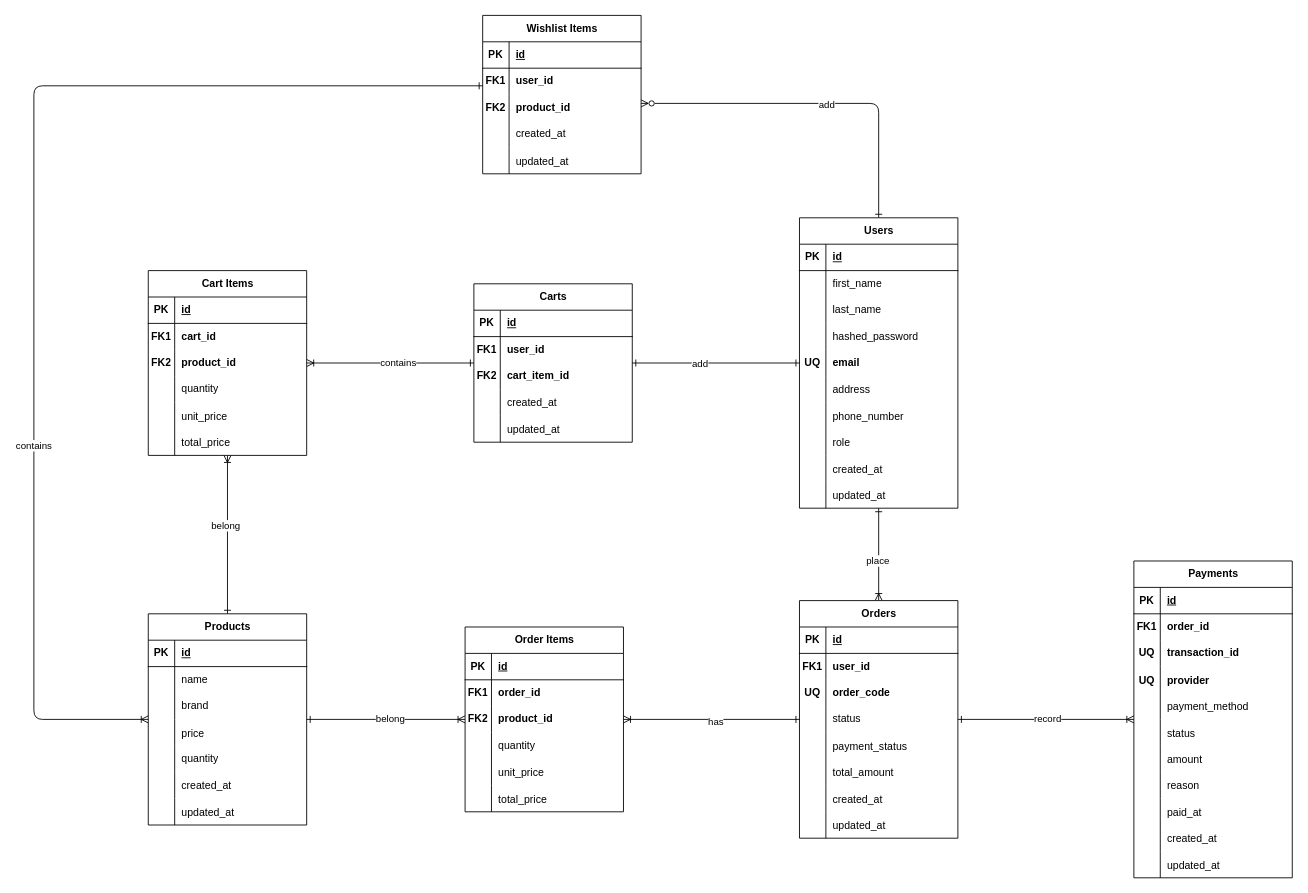
This is page "erd" (2 of 2) of documents/diagrams.drawio from hoangchitrung/pc-store-ecommerce-website, a draw.io file, before an edit. Source tidied: cells renumbered, new cells numbered last; positions are measured from the earlier drawing's top-left corner, leaving out a move shared by most shapes. Both pictures are drawn from the tidied source at 88%, with x=0, y=0 at pixel (33, 15).
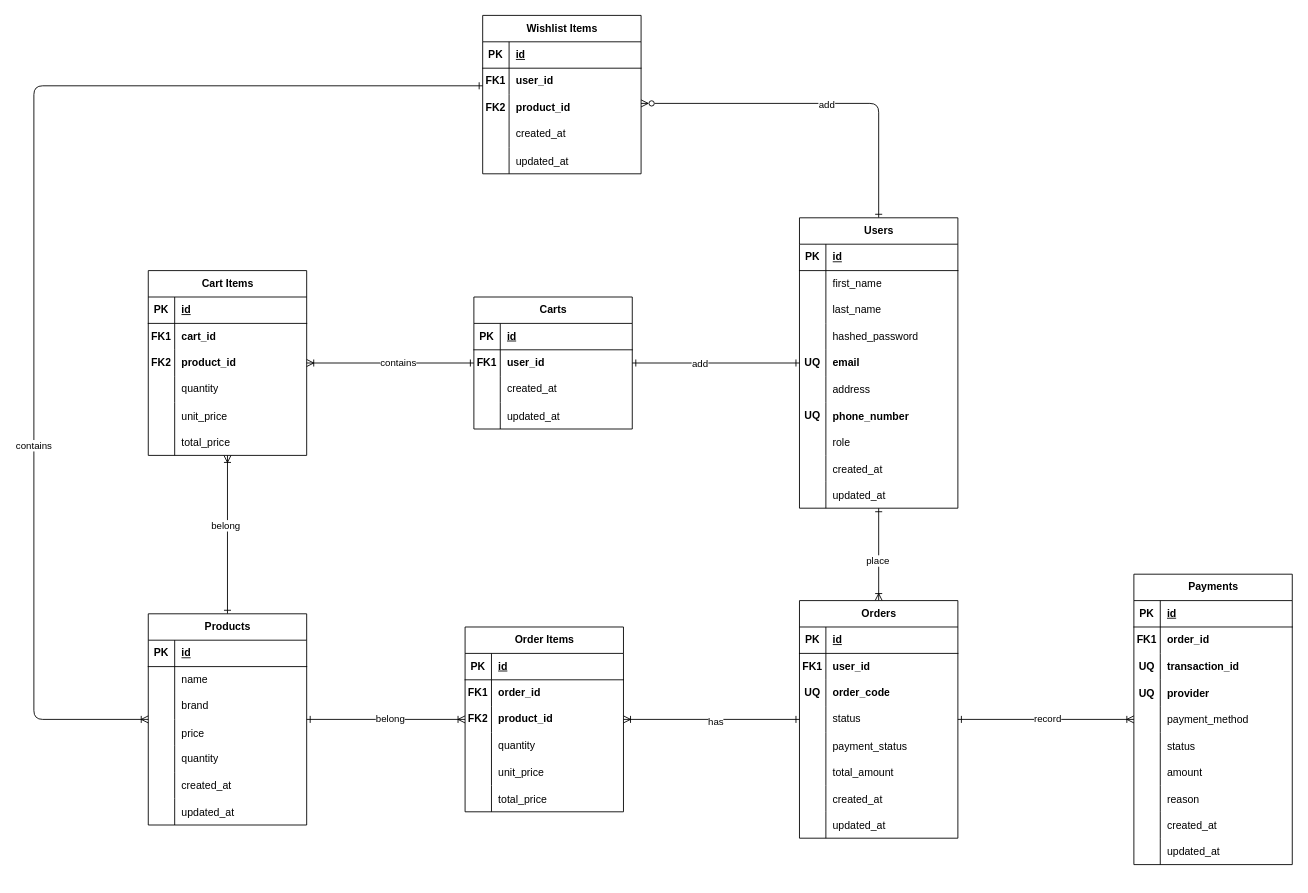
The same diagram, later.

Unchanged cells that the change refers to:
```xml
<mxCell id="27" style="shape=tableRow;horizontal=0;startSize=0;swimlaneHead=0;swimlaneBody=0;fillColor=none;top=0;left=0;right=0;bottom=0;" parent="8" vertex="1">
  <mxGeometry y="210" width="180" height="30" as="geometry" />
</mxCell>
```

Diff of the diagram source:
```diff
@@
-    <mxCell id="29" value="phone_number" style="shape=partialRectangle;fillColor=none;top=0;left=0;bottom=0;right=0;align=left;spacingLeft=6;overflow=hidden;" parent="27" vertex="1">
+    <mxCell id="29" value="phone_number" style="shape=partialRectangle;fillColor=none;top=0;left=0;bottom=0;right=0;align=left;spacingLeft=6;overflow=hidden;fontStyle=1;" parent="27" vertex="1">
       <mxGeometry x="30" width="150" height="30" as="geometry" />
     </mxCell>
@@
     <mxCell id="133" value="Carts" style="shape=table;startSize=30;childLayout=tableLayout;rowLines=0;fontStyle=1;align=center;html=1;" parent="1" vertex="1">
-      <mxGeometry x="500" y="305" width="180" height="180" as="geometry" />
+      <mxGeometry x="500" y="320" width="180" height="150" as="geometry" />
     </mxCell>
@@
-    <mxCell id="140" style="shape=tableRow;horizontal=0;startSize=0;swimlaneHead=0;swimlaneBody=0;fillColor=none;top=0;left=0;right=0;bottom=0;" parent="133" vertex="1">
-      <mxGeometry y="90" width="180" height="30" as="geometry" />
-    </mxCell>
-    <mxCell id="141" value="&lt;span style=&quot;color: rgb(0, 0, 0); font-weight: 700;&quot;&gt;FK2&lt;/span&gt;" style="shape=partialRectangle;fillColor=none;top=0;left=0;bottom=0;right=0;overflow=hidden;whiteSpace=wrap;html=1;" parent="140" vertex="1">
-      <mxGeometry width="30" height="30" as="geometry" />
-    </mxCell>
-    <mxCell id="142" value="cart_item_id" style="shape=partialRectangle;fillColor=none;top=0;left=0;bottom=0;right=0;align=left;spacingLeft=6;overflow=hidden;whiteSpace=wrap;html=1;fontStyle=1;" parent="140" vertex="1">
-      <mxGeometry x="30" width="150" height="30" as="geometry" />
-    </mxCell>
     <mxCell id="143" style="shape=tableRow;horizontal=0;startSize=0;swimlaneHead=0;swimlaneBody=0;fillColor=none;top=0;left=0;right=0;bottom=0;" parent="133" vertex="1">
-      <mxGeometry y="120" width="180" height="30" as="geometry" />
+      <mxGeometry y="90" width="180" height="30" as="geometry" />
     </mxCell>
@@
     <mxCell id="146" style="shape=tableRow;horizontal=0;startSize=0;swimlaneHead=0;swimlaneBody=0;fillColor=none;top=0;left=0;right=0;bottom=0;" parent="133" vertex="1">
-      <mxGeometry y="150" width="180" height="30" as="geometry" />
+      <mxGeometry y="120" width="180" height="30" as="geometry" />
     </mxCell>
@@
     <mxCell id="168" value="Payments" style="shape=table;startSize=30;childLayout=tableLayout;rowLines=0;fontStyle=1;align=center;html=1;" parent="1" vertex="1">
-      <mxGeometry x="1250" y="620" width="180" height="360" as="geometry" />
+      <mxGeometry x="1250" y="635" width="180" height="330" as="geometry" />
     </mxCell>
@@
-    <mxCell id="193" style="shape=tableRow;horizontal=0;startSize=0;swimlaneHead=0;swimlaneBody=0;fillColor=none;top=0;left=0;right=0;bottom=0;" parent="168" vertex="1">
-      <mxGeometry y="270" width="180" height="30" as="geometry" />
-    </mxCell>
-    <mxCell id="194" style="shape=partialRectangle;fillColor=none;top=0;left=0;bottom=0;right=0;overflow=hidden;" parent="193" vertex="1">
-      <mxGeometry width="30" height="30" as="geometry" />
-    </mxCell>
-    <mxCell id="195" value="paid_at" style="shape=partialRectangle;fillColor=none;top=0;left=0;bottom=0;right=0;align=left;spacingLeft=6;overflow=hidden;" parent="193" vertex="1">
-      <mxGeometry x="30" width="150" height="30" as="geometry" />
-    </mxCell>
     <mxCell id="196" style="shape=tableRow;horizontal=0;startSize=0;swimlaneHead=0;swimlaneBody=0;fillColor=none;top=0;left=0;right=0;bottom=0;" parent="168" vertex="1">
-      <mxGeometry y="300" width="180" height="30" as="geometry" />
+      <mxGeometry y="270" width="180" height="30" as="geometry" />
     </mxCell>
@@
     <mxCell id="199" style="shape=tableRow;horizontal=0;startSize=0;swimlaneHead=0;swimlaneBody=0;fillColor=none;top=0;left=0;right=0;bottom=0;" parent="168" vertex="1">
-      <mxGeometry y="330" width="180" height="30" as="geometry" />
+      <mxGeometry y="300" width="180" height="30" as="geometry" />
     </mxCell>
@@
+    <mxCell id="202" value="&lt;b&gt;UQ&lt;/b&gt;" style="shape=partialRectangle;fillColor=none;top=0;left=0;bottom=0;right=0;overflow=hidden;whiteSpace=wrap;html=1;" parent="1" vertex="1">
+      <mxGeometry x="870" y="440" width="30" height="30" as="geometry" />
+    </mxCell>
```
